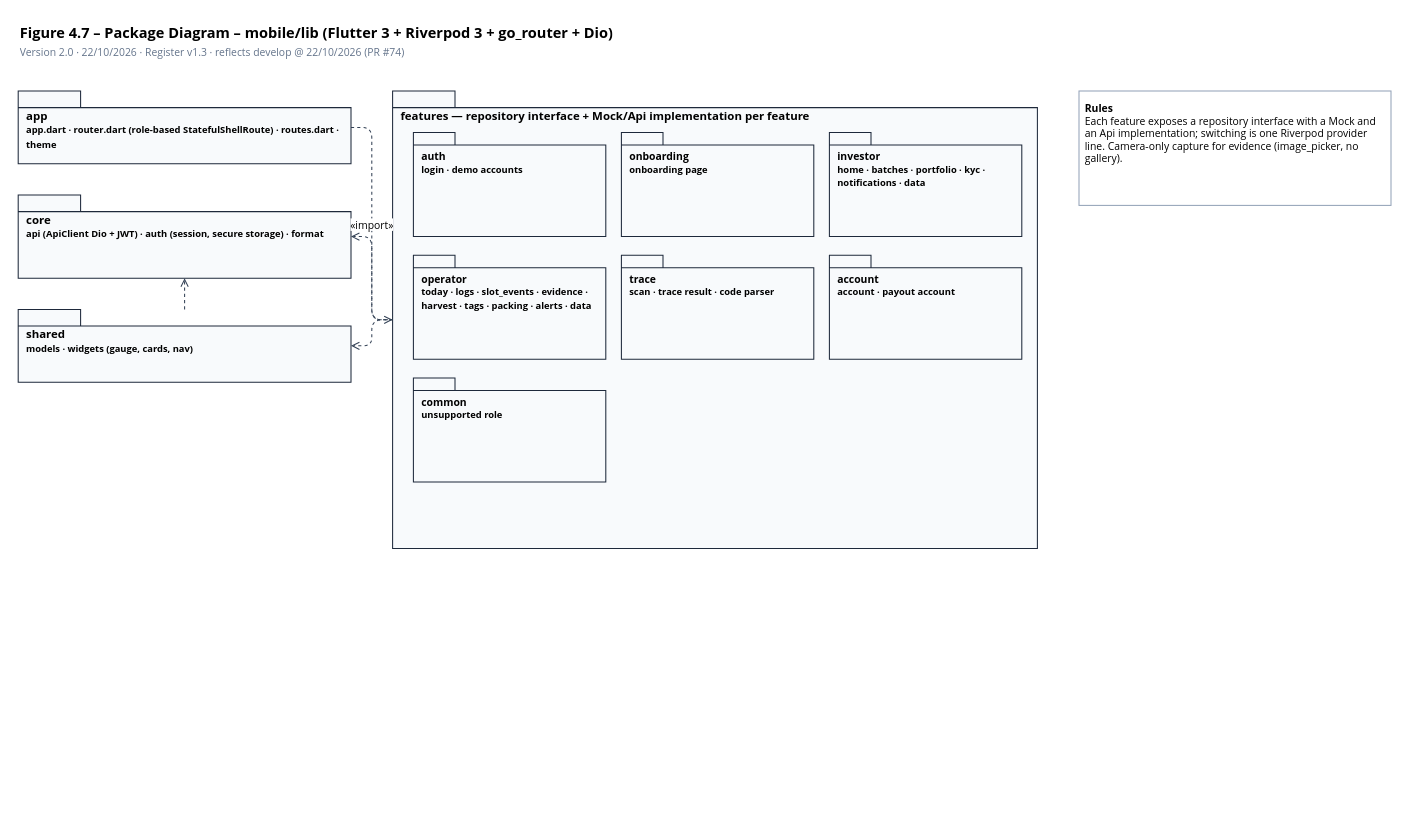
Before: page "Package Diagram – Mobile" (12 of 13) of docs/diagrams/CrabShare_Architecture.drawio in thienhoibai/crabshare, a draw.io diagram. Source tidied: cells renumbered, new cells numbered last; positions are measured from the earlier drawing's top-left corner, leaving out a move shared by most shapes. Both pictures are drawn from the tidied source at 104%, with x=0, y=0 at pixel (18, 18).
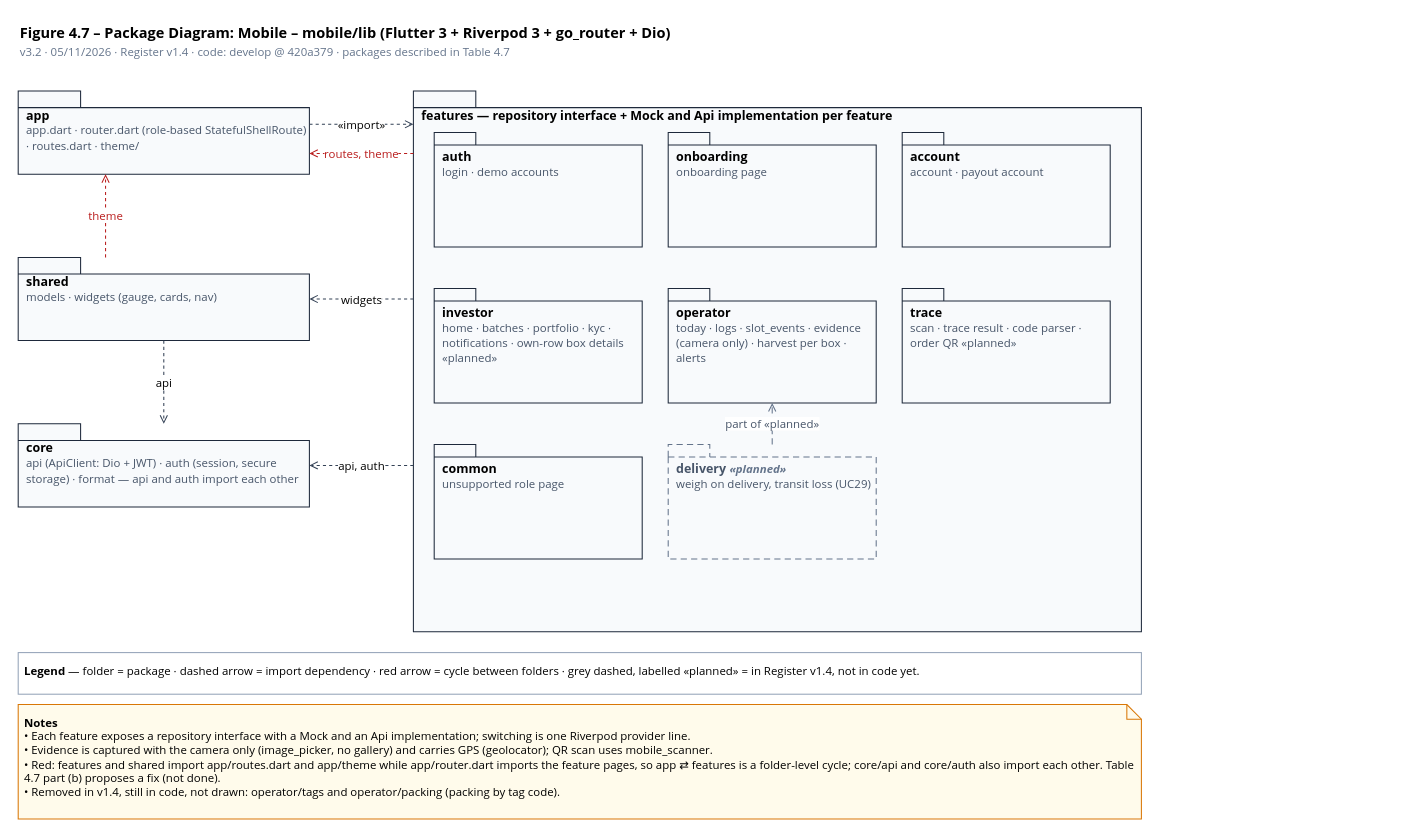
After the change.

The edit, as a diff of the source:
```diff
@@
-    <mxCell id="2" value="&lt;b&gt;Figure 4.7 – Package Diagram – mobile/lib (Flutter 3 + Riverpod 3 + go_router + Dio)&lt;/b&gt;&lt;br&gt;&lt;font style=&quot;font-size:10px&quot; color=&quot;#64748b&quot;&gt;Version 2.0 · 22/10/2026 · Register v1.3 · reflects develop @ 22/10/2026 (PR #74)&lt;/font&gt;" style="text;html=1;align=left;verticalAlign=top;whiteSpace=wrap;overflow=hidden;fontFamily=Segoe UI;fontSize=14;" parent="1" vertex="1">
-      <mxGeometry width="900" height="40" as="geometry" />
+    <mxCell id="2" value="&lt;b&gt;Figure 4.7 – Package Diagram: Mobile – mobile/lib (Flutter 3 + Riverpod 3 + go_router + Dio)&lt;/b&gt;&lt;br&gt;&lt;font style=&quot;font-size:11px&quot; color=&quot;#64748b&quot;&gt;v3.2 · 05/11/2026 · Register v1.4 · code: develop @ 420a379 · packages described in Table 4.7&lt;/font&gt;" style="text;html=1;align=left;verticalAlign=top;whiteSpace=wrap;overflow=hidden;fontFamily=Segoe UI;fontSize=14;overflow=visible;" parent="1" vertex="1">
+      <mxGeometry width="1060" height="46" as="geometry" />
     </mxCell>
-    <mxCell id="3" value="app&lt;br&gt;&lt;font style=&quot;font-size:9px&quot;&gt;app.dart · router.dart (role-based StatefulShellRoute) · routes.dart · theme&lt;/font&gt;" style="shape=folder;fontStyle=1;spacingTop=10;tabWidth=60;tabHeight=16;tabPosition=left;html=1;whiteSpace=wrap;fillColor=#f8fafc;strokeColor=#1e293b;align=left;verticalAlign=top;spacingLeft=6;fontSize=11;fontFamily=Segoe UI;" parent="1" vertex="1">
-      <mxGeometry y="70" width="320" height="70" as="geometry" />
+    <mxCell id="3" value="app&lt;br&gt;&lt;font style=&quot;font-size:11px;font-weight:normal&quot; color=&quot;#475569&quot;&gt;app.dart · router.dart (role-based StatefulShellRoute) · routes.dart · theme/&lt;/font&gt;" style="shape=folder;fontStyle=1;spacingTop=10;tabWidth=60;tabHeight=16;tabPosition=left;html=1;whiteSpace=wrap;fillColor=#f8fafc;strokeColor=#1e293b;align=left;verticalAlign=top;spacingLeft=6;fontSize=11;fontFamily=Segoe UI;fontSize=12;" parent="1" vertex="1">
+      <mxGeometry y="70" width="280" height="80" as="geometry" />
     </mxCell>
-    <mxCell id="4" value="core&lt;br&gt;&lt;font style=&quot;font-size:9px&quot;&gt;api (ApiClient Dio + JWT) · auth (session, secure storage) · format&lt;/font&gt;" style="shape=folder;fontStyle=1;spacingTop=10;tabWidth=60;tabHeight=16;tabPosition=left;html=1;whiteSpace=wrap;fillColor=#f8fafc;strokeColor=#1e293b;align=left;verticalAlign=top;spacingLeft=6;fontSize=11;fontFamily=Segoe UI;" parent="1" vertex="1">
-      <mxGeometry y="170" width="320" height="80" as="geometry" />
+    <mxCell id="4" value="shared&lt;br&gt;&lt;font style=&quot;font-size:11px;font-weight:normal&quot; color=&quot;#475569&quot;&gt;models · widgets (gauge, cards, nav)&lt;/font&gt;" style="shape=folder;fontStyle=1;spacingTop=10;tabWidth=60;tabHeight=16;tabPosition=left;html=1;whiteSpace=wrap;fillColor=#f8fafc;strokeColor=#1e293b;align=left;verticalAlign=top;spacingLeft=6;fontSize=11;fontFamily=Segoe UI;fontSize=12;" parent="1" vertex="1">
+      <mxGeometry y="230" width="280" height="80" as="geometry" />
     </mxCell>
-    <mxCell id="5" value="shared&lt;br&gt;&lt;font style=&quot;font-size:9px&quot;&gt;models · widgets (gauge, cards, nav)&lt;/font&gt;" style="shape=folder;fontStyle=1;spacingTop=10;tabWidth=60;tabHeight=16;tabPosition=left;html=1;whiteSpace=wrap;fillColor=#f8fafc;strokeColor=#1e293b;align=left;verticalAlign=top;spacingLeft=6;fontSize=11;fontFamily=Segoe UI;" parent="1" vertex="1">
-      <mxGeometry y="280" width="320" height="70" as="geometry" />
+    <mxCell id="5" value="core&lt;br&gt;&lt;font style=&quot;font-size:11px;font-weight:normal&quot; color=&quot;#475569&quot;&gt;api (ApiClient: Dio + JWT) · auth (session, secure storage) · format — api and auth import each other&lt;/font&gt;" style="shape=folder;fontStyle=1;spacingTop=10;tabWidth=60;tabHeight=16;tabPosition=left;html=1;whiteSpace=wrap;fillColor=#f8fafc;strokeColor=#1e293b;align=left;verticalAlign=top;spacingLeft=6;fontSize=11;fontFamily=Segoe UI;fontSize=12;" parent="1" vertex="1">
+      <mxGeometry y="390" width="280" height="80" as="geometry" />
     </mxCell>
-    <mxCell id="6" value="features — repository interface + Mock/Api implementation per feature" style="shape=folder;fontStyle=1;spacingTop=10;tabWidth=60;tabHeight=16;tabPosition=left;html=1;whiteSpace=wrap;fillColor=#f8fafc;strokeColor=#1e293b;align=left;verticalAlign=top;spacingLeft=6;fontSize=11;fontFamily=Segoe UI;" parent="1" vertex="1">
-      <mxGeometry x="360" y="70" width="620" height="440" as="geometry" />
+    <mxCell id="6" value="features — repository interface + Mock and Api implementation per feature" style="shape=folder;fontStyle=1;spacingTop=10;tabWidth=60;tabHeight=16;tabPosition=left;html=1;whiteSpace=wrap;fillColor=#f8fafc;strokeColor=#1e293b;align=left;verticalAlign=top;spacingLeft=6;fontSize=11;fontFamily=Segoe UI;fontSize=12;" parent="1" vertex="1">
+      <mxGeometry x="380" y="70" width="700" height="520" as="geometry" />
     </mxCell>
-    <mxCell id="7" value="&lt;b&gt;auth&lt;/b&gt;&lt;br&gt;&lt;font style=&quot;font-size:9px&quot;&gt;login · demo accounts&lt;/font&gt;" style="shape=folder;fontStyle=1;spacingTop=10;tabWidth=60;tabHeight=16;tabPosition=left;html=1;whiteSpace=wrap;fillColor=#f8fafc;strokeColor=#1e293b;align=left;verticalAlign=top;spacingLeft=6;fontSize=11;fontFamily=Segoe UI;fontSize=10;tabWidth=40;tabHeight=12;" parent="1" vertex="1">
-      <mxGeometry x="380" y="110" width="185" height="100" as="geometry" />
+    <mxCell id="7" value="auth&lt;br&gt;&lt;font style=&quot;font-size:11px;font-weight:normal&quot; color=&quot;#475569&quot;&gt;login · demo accounts&lt;/font&gt;" style="shape=folder;fontStyle=1;spacingTop=10;tabWidth=60;tabHeight=16;tabPosition=left;html=1;whiteSpace=wrap;fillColor=#f8fafc;strokeColor=#1e293b;align=left;verticalAlign=top;spacingLeft=6;fontSize=11;fontFamily=Segoe UI;fontSize=12;tabWidth=40;tabHeight=12;" parent="1" vertex="1">
+      <mxGeometry x="400" y="110" width="200" height="110" as="geometry" />
     </mxCell>
-    <mxCell id="8" value="&lt;b&gt;onboarding&lt;/b&gt;&lt;br&gt;&lt;font style=&quot;font-size:9px&quot;&gt;onboarding page&lt;/font&gt;" style="shape=folder;fontStyle=1;spacingTop=10;tabWidth=60;tabHeight=16;tabPosition=left;html=1;whiteSpace=wrap;fillColor=#f8fafc;strokeColor=#1e293b;align=left;verticalAlign=top;spacingLeft=6;fontSize=11;fontFamily=Segoe UI;fontSize=10;tabWidth=40;tabHeight=12;" parent="1" vertex="1">
-      <mxGeometry x="580" y="110" width="185" height="100" as="geometry" />
+    <mxCell id="8" value="onboarding&lt;br&gt;&lt;font style=&quot;font-size:11px;font-weight:normal&quot; color=&quot;#475569&quot;&gt;onboarding page&lt;/font&gt;" style="shape=folder;fontStyle=1;spacingTop=10;tabWidth=60;tabHeight=16;tabPosition=left;html=1;whiteSpace=wrap;fillColor=#f8fafc;strokeColor=#1e293b;align=left;verticalAlign=top;spacingLeft=6;fontSize=11;fontFamily=Segoe UI;fontSize=12;tabWidth=40;tabHeight=12;" parent="1" vertex="1">
+      <mxGeometry x="625" y="110" width="200" height="110" as="geometry" />
     </mxCell>
-    <mxCell id="9" value="&lt;b&gt;investor&lt;/b&gt;&lt;br&gt;&lt;font style=&quot;font-size:9px&quot;&gt;home · batches · portfolio · kyc · notifications · data&lt;/font&gt;" style="shape=folder;fontStyle=1;spacingTop=10;tabWidth=60;tabHeight=16;tabPosition=left;html=1;whiteSpace=wrap;fillColor=#f8fafc;strokeColor=#1e293b;align=left;verticalAlign=top;spacingLeft=6;fontSize=11;fontFamily=Segoe UI;fontSize=10;tabWidth=40;tabHeight=12;" parent="1" vertex="1">
-      <mxGeometry x="780" y="110" width="185" height="100" as="geometry" />
+    <mxCell id="9" value="account&lt;br&gt;&lt;font style=&quot;font-size:11px;font-weight:normal&quot; color=&quot;#475569&quot;&gt;account · payout account&lt;/font&gt;" style="shape=folder;fontStyle=1;spacingTop=10;tabWidth=60;tabHeight=16;tabPosition=left;html=1;whiteSpace=wrap;fillColor=#f8fafc;strokeColor=#1e293b;align=left;verticalAlign=top;spacingLeft=6;fontSize=11;fontFamily=Segoe UI;fontSize=12;tabWidth=40;tabHeight=12;" parent="1" vertex="1">
+      <mxGeometry x="850" y="110" width="200" height="110" as="geometry" />
     </mxCell>
-    <mxCell id="10" value="&lt;b&gt;operator&lt;/b&gt;&lt;br&gt;&lt;font style=&quot;font-size:9px&quot;&gt;today · logs · slot_events · evidence · harvest · tags · packing · alerts · data&lt;/font&gt;" style="shape=folder;fontStyle=1;spacingTop=10;tabWidth=60;tabHeight=16;tabPosition=left;html=1;whiteSpace=wrap;fillColor=#f8fafc;strokeColor=#1e293b;align=left;verticalAlign=top;spacingLeft=6;fontSize=11;fontFamily=Segoe UI;fontSize=10;tabWidth=40;tabHeight=12;" parent="1" vertex="1">
-      <mxGeometry x="380" y="228" width="185" height="100" as="geometry" />
+    <mxCell id="10" value="investor&lt;br&gt;&lt;font style=&quot;font-size:11px;font-weight:normal&quot; color=&quot;#475569&quot;&gt;home · batches · portfolio · kyc · notifications · own-row box details «planned»&lt;/font&gt;" style="shape=folder;fontStyle=1;spacingTop=10;tabWidth=60;tabHeight=16;tabPosition=left;html=1;whiteSpace=wrap;fillColor=#f8fafc;strokeColor=#1e293b;align=left;verticalAlign=top;spacingLeft=6;fontSize=11;fontFamily=Segoe UI;fontSize=12;tabWidth=40;tabHeight=12;" parent="1" vertex="1">
+      <mxGeometry x="400" y="260" width="200" height="110" as="geometry" />
     </mxCell>
-    <mxCell id="11" value="&lt;b&gt;trace&lt;/b&gt;&lt;br&gt;&lt;font style=&quot;font-size:9px&quot;&gt;scan · trace result · code parser&lt;/font&gt;" style="shape=folder;fontStyle=1;spacingTop=10;tabWidth=60;tabHeight=16;tabPosition=left;html=1;whiteSpace=wrap;fillColor=#f8fafc;strokeColor=#1e293b;align=left;verticalAlign=top;spacingLeft=6;fontSize=11;fontFamily=Segoe UI;fontSize=10;tabWidth=40;tabHeight=12;" parent="1" vertex="1">
-      <mxGeometry x="580" y="228" width="185" height="100" as="geometry" />
+    <mxCell id="11" value="operator&lt;br&gt;&lt;font style=&quot;font-size:11px;font-weight:normal&quot; color=&quot;#475569&quot;&gt;today · logs · slot_events · evidence (camera only) · harvest per box · alerts&lt;/font&gt;" style="shape=folder;fontStyle=1;spacingTop=10;tabWidth=60;tabHeight=16;tabPosition=left;html=1;whiteSpace=wrap;fillColor=#f8fafc;strokeColor=#1e293b;align=left;verticalAlign=top;spacingLeft=6;fontSize=11;fontFamily=Segoe UI;fontSize=12;tabWidth=40;tabHeight=12;" parent="1" vertex="1">
+      <mxGeometry x="625" y="260" width="200" height="110" as="geometry" />
     </mxCell>
-    <mxCell id="12" value="&lt;b&gt;account&lt;/b&gt;&lt;br&gt;&lt;font style=&quot;font-size:9px&quot;&gt;account · payout account&lt;/font&gt;" style="shape=folder;fontStyle=1;spacingTop=10;tabWidth=60;tabHeight=16;tabPosition=left;html=1;whiteSpace=wrap;fillColor=#f8fafc;strokeColor=#1e293b;align=left;verticalAlign=top;spacingLeft=6;fontSize=11;fontFamily=Segoe UI;fontSize=10;tabWidth=40;tabHeight=12;" parent="1" vertex="1">
-      <mxGeometry x="780" y="228" width="185" height="100" as="geometry" />
+    <mxCell id="12" value="trace&lt;br&gt;&lt;font style=&quot;font-size:11px;font-weight:normal&quot; color=&quot;#475569&quot;&gt;scan · trace result · code parser · order QR «planned»&lt;/font&gt;" style="shape=folder;fontStyle=1;spacingTop=10;tabWidth=60;tabHeight=16;tabPosition=left;html=1;whiteSpace=wrap;fillColor=#f8fafc;strokeColor=#1e293b;align=left;verticalAlign=top;spacingLeft=6;fontSize=11;fontFamily=Segoe UI;fontSize=12;tabWidth=40;tabHeight=12;" parent="1" vertex="1">
+      <mxGeometry x="850" y="260" width="200" height="110" as="geometry" />
     </mxCell>
-    <mxCell id="13" value="&lt;b&gt;common&lt;/b&gt;&lt;br&gt;&lt;font style=&quot;font-size:9px&quot;&gt;unsupported role&lt;/font&gt;" style="shape=folder;fontStyle=1;spacingTop=10;tabWidth=60;tabHeight=16;tabPosition=left;html=1;whiteSpace=wrap;fillColor=#f8fafc;strokeColor=#1e293b;align=left;verticalAlign=top;spacingLeft=6;fontSize=11;fontFamily=Segoe UI;fontSize=10;tabWidth=40;tabHeight=12;" parent="1" vertex="1">
-      <mxGeometry x="380" y="346" width="185" height="100" as="geometry" />
+    <mxCell id="13" value="common&lt;br&gt;&lt;font style=&quot;font-size:11px;font-weight:normal&quot; color=&quot;#475569&quot;&gt;unsupported role page&lt;/font&gt;" style="shape=folder;fontStyle=1;spacingTop=10;tabWidth=60;tabHeight=16;tabPosition=left;html=1;whiteSpace=wrap;fillColor=#f8fafc;strokeColor=#1e293b;align=left;verticalAlign=top;spacingLeft=6;fontSize=11;fontFamily=Segoe UI;fontSize=12;tabWidth=40;tabHeight=12;" parent="1" vertex="1">
+      <mxGeometry x="400" y="410" width="200" height="110" as="geometry" />
     </mxCell>
-    <mxCell id="14" value="«import»" style="endArrow=open;endFill=0;dashed=1;html=1;strokeColor=#334155;edgeStyle=orthogonalEdgeStyle;rounded=1;fontSize=10;fontFamily=Segoe UI;" parent="1" edge="1" source="3" target="6">
-      <mxGeometry relative="1" as="geometry" />
-    </mxCell>
+    <mxCell id="19" value="delivery &lt;font style=&quot;font-size:11px&quot; color=&quot;#64748b&quot;&gt;&lt;i&gt;«planned»&lt;/i&gt;&lt;/font&gt;&lt;br&gt;&lt;font style=&quot;font-size:11px;font-weight:normal&quot; color=&quot;#475569&quot;&gt;weigh on delivery, transit loss (UC29)&lt;/font&gt;" style="shape=folder;fontStyle=1;spacingTop=10;tabWidth=60;tabHeight=16;tabPosition=left;html=1;whiteSpace=wrap;fillColor=#f8fafc;strokeColor=#1e293b;align=left;verticalAlign=top;spacingLeft=6;fontSize=11;fontFamily=Segoe UI;fontSize=12;tabWidth=40;tabHeight=12;dashed=1;dashPattern=6 4;strokeColor=#64748b;fontColor=#475569;fillColor=#f8fafc;" parent="1" vertex="1">
+      <mxGeometry x="625" y="410" width="200" height="110" as="geometry" />
+    </mxCell>
-    <mxCell id="15" style="endArrow=open;endFill=0;dashed=1;html=1;strokeColor=#334155;edgeStyle=orthogonalEdgeStyle;rounded=1;fontSize=10;fontFamily=Segoe UI;" parent="1" edge="1" source="6" target="4">
+    <mxCell id="15" value="part of «planned»" style="endArrow=open;endFill=0;dashed=1;html=1;strokeColor=#334155;edgeStyle=orthogonalEdgeStyle;rounded=1;fontSize=10;fontFamily=Segoe UI;labelBackgroundColor=#ffffff;fontSize=11;dashed=1;dashPattern=6 4;strokeColor=#64748b;fontColor=#475569;edgeStyle=none;exitX=0.5;exitY=0;entryX=0.5;entryY=1;fontSize=11;" parent="1" edge="1" source="19" target="11">
       <mxGeometry relative="1" as="geometry" />
     </mxCell>
-    <mxCell id="16" style="endArrow=open;endFill=0;dashed=1;html=1;strokeColor=#334155;edgeStyle=orthogonalEdgeStyle;rounded=1;fontSize=10;fontFamily=Segoe UI;" parent="1" edge="1" source="6" target="5">
+    <mxCell id="16" value="«import»" style="endArrow=open;endFill=0;dashed=1;html=1;strokeColor=#334155;edgeStyle=orthogonalEdgeStyle;rounded=1;fontSize=10;fontFamily=Segoe UI;labelBackgroundColor=#ffffff;fontSize=11;edgeStyle=none;exitX=1;exitY=0.4;entryX=0;entryY=0.0615;fontSize=11;" parent="1" edge="1" source="3" target="6">
       <mxGeometry relative="1" as="geometry" />
     </mxCell>
-    <mxCell id="17" style="endArrow=open;endFill=0;dashed=1;html=1;strokeColor=#334155;edgeStyle=orthogonalEdgeStyle;rounded=1;fontSize=10;fontFamily=Segoe UI;" parent="1" edge="1" source="5" target="4">
+    <mxCell id="17" value="routes, theme" style="endArrow=open;endFill=0;dashed=1;html=1;strokeColor=#334155;edgeStyle=orthogonalEdgeStyle;rounded=1;fontSize=10;fontFamily=Segoe UI;labelBackgroundColor=#ffffff;fontSize=11;edgeStyle=none;strokeColor=#b91c1c;fontColor=#b91c1c;exitX=0;exitY=0.1154;entryX=1;entryY=0.75;fontSize=11;" parent="1" edge="1" source="6" target="3">
       <mxGeometry relative="1" as="geometry" />
     </mxCell>
-    <mxCell id="18" value="&lt;b&gt;Rules&lt;/b&gt;&lt;br&gt;Each feature exposes a repository interface with a Mock and an Api implementation; switching is one Riverpod provider line. Camera-only capture for evidence (image_picker, no gallery)." style="rounded=0;whiteSpace=wrap;html=1;fillColor=#ffffff;strokeColor=#94a3b8;align=left;verticalAlign=top;spacing=6;fontSize=10;fontFamily=Segoe UI;" parent="1" vertex="1">
-      <mxGeometry x="1020" y="70" width="300" height="110" as="geometry" />
+    <mxCell id="18" value="widgets" style="endArrow=open;endFill=0;dashed=1;html=1;strokeColor=#334155;edgeStyle=orthogonalEdgeStyle;rounded=1;fontSize=10;fontFamily=Segoe UI;labelBackgroundColor=#ffffff;fontSize=11;edgeStyle=none;exitX=0;exitY=0.3846;entryX=1;entryY=0.5;fontSize=11;" parent="1" edge="1" source="6" target="4">
+      <mxGeometry relative="1" as="geometry" />
     </mxCell>
+    <mxCell id="20" value="api, auth" style="endArrow=open;endFill=0;dashed=1;html=1;strokeColor=#334155;edgeStyle=orthogonalEdgeStyle;rounded=1;fontSize=10;fontFamily=Segoe UI;labelBackgroundColor=#ffffff;fontSize=11;edgeStyle=none;exitX=0;exitY=0.6923;entryX=1;entryY=0.5;fontSize=11;" parent="1" edge="1" source="6" target="5">
+      <mxGeometry relative="1" as="geometry" />
+    </mxCell>
+    <mxCell id="21" value="theme" style="endArrow=open;endFill=0;dashed=1;html=1;strokeColor=#334155;edgeStyle=orthogonalEdgeStyle;rounded=1;fontSize=10;fontFamily=Segoe UI;labelBackgroundColor=#ffffff;fontSize=11;edgeStyle=none;strokeColor=#b91c1c;fontColor=#b91c1c;exitX=0.3;exitY=0;entryX=0.3;entryY=1;fontSize=11;" parent="1" edge="1" source="4" target="3">
+      <mxGeometry relative="1" as="geometry" />
+    </mxCell>
+    <mxCell id="22" value="api" style="endArrow=open;endFill=0;dashed=1;html=1;strokeColor=#334155;edgeStyle=orthogonalEdgeStyle;rounded=1;fontSize=10;fontFamily=Segoe UI;labelBackgroundColor=#ffffff;fontSize=11;edgeStyle=none;exitX=0.5;exitY=1;entryX=0.5;entryY=0;fontSize=11;" parent="1" edge="1" source="4" target="5">
+      <mxGeometry relative="1" as="geometry" />
+    </mxCell>
+    <mxCell id="23" value="&lt;b&gt;Legend&lt;/b&gt; — folder = package · dashed arrow = import dependency · red arrow = cycle between folders · grey dashed, labelled «planned» = in Register v1.4, not in code yet." style="rounded=0;whiteSpace=wrap;html=1;fillColor=#ffffff;strokeColor=#94a3b8;align=left;verticalAlign=top;spacing=6;fontSize=10;fontFamily=Segoe UI;fontSize=11;" parent="1" vertex="1">
+      <mxGeometry y="610" width="1080" height="40" as="geometry" />
+    </mxCell>
+    <mxCell id="24" value="&lt;b&gt;Notes&lt;/b&gt;&lt;br&gt;• Each feature exposes a repository interface with a Mock and an Api implementation; switching is one Riverpod provider line.&lt;br&gt;• Evidence is captured with the camera only (image_picker, no gallery) and carries GPS (geolocator); QR scan uses mobile_scanner.&lt;br&gt;• Red: features and shared import app/routes.dart and app/theme while app/router.dart imports the feature pages, so app ⇄ features is a folder-level cycle; core/api and core/auth also import each other. Table 4.7 part (b) proposes a fix (not done).&lt;br&gt;• Removed in v1.4, still in code, not drawn: operator/tags and operator/packing (packing by tag code)." style="shape=note;whiteSpace=wrap;html=1;size=14;fillColor=#fffbeb;strokeColor=#d97706;align=left;verticalAlign=top;spacing=6;fontSize=10;fontFamily=Segoe UI;fontSize=11;" parent="1" vertex="1">
+      <mxGeometry y="660" width="1080" height="110" as="geometry" />
+    </mxCell>
```
